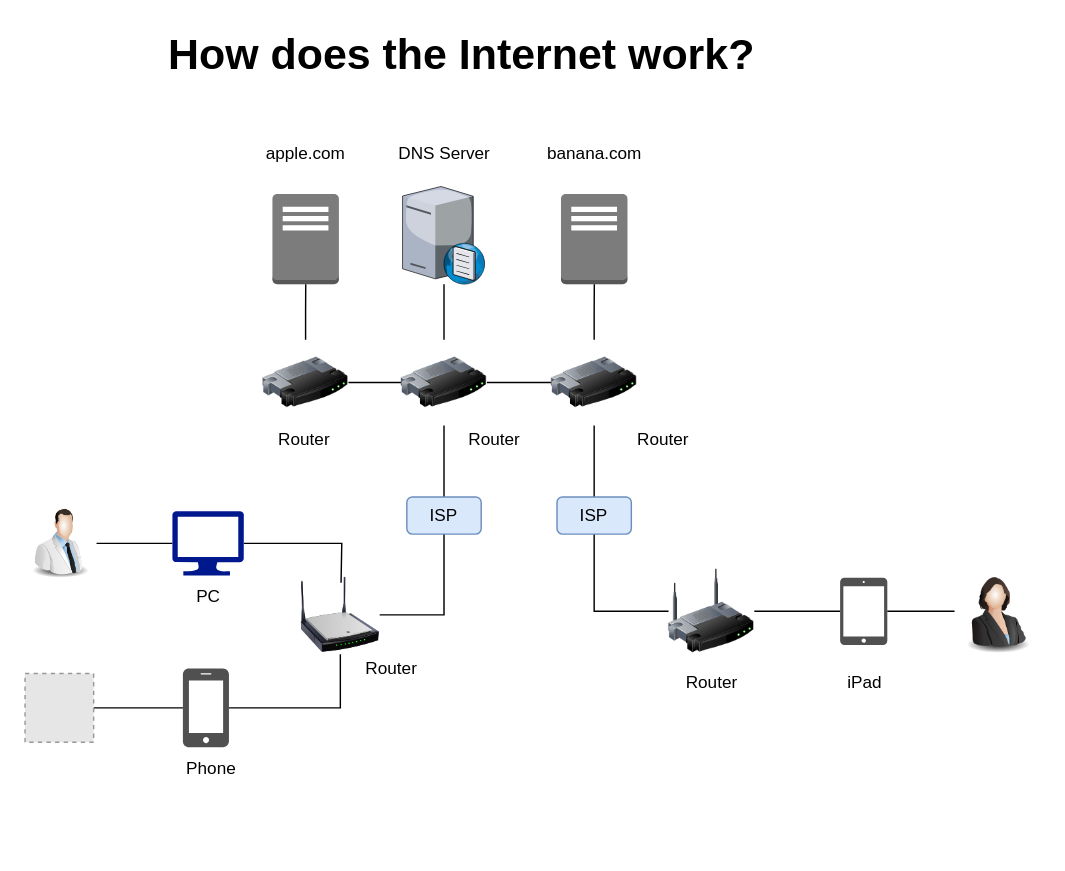
jeesewu/Diagrams-Storage keeps this draw.io diagram as How does the Internet work.drawio. Above is the earlier version. Source tidied: cells renumbered, new cells numbered last; positions are measured from the earlier drawing's top-left corner, leaving out a move shared by most shapes. Both pictures are drawn from the tidied source at 143%, with x=0, y=0 at pixel (24, 24). Pictures stored in the file or linked from it are replaced by grey dashed boxes.
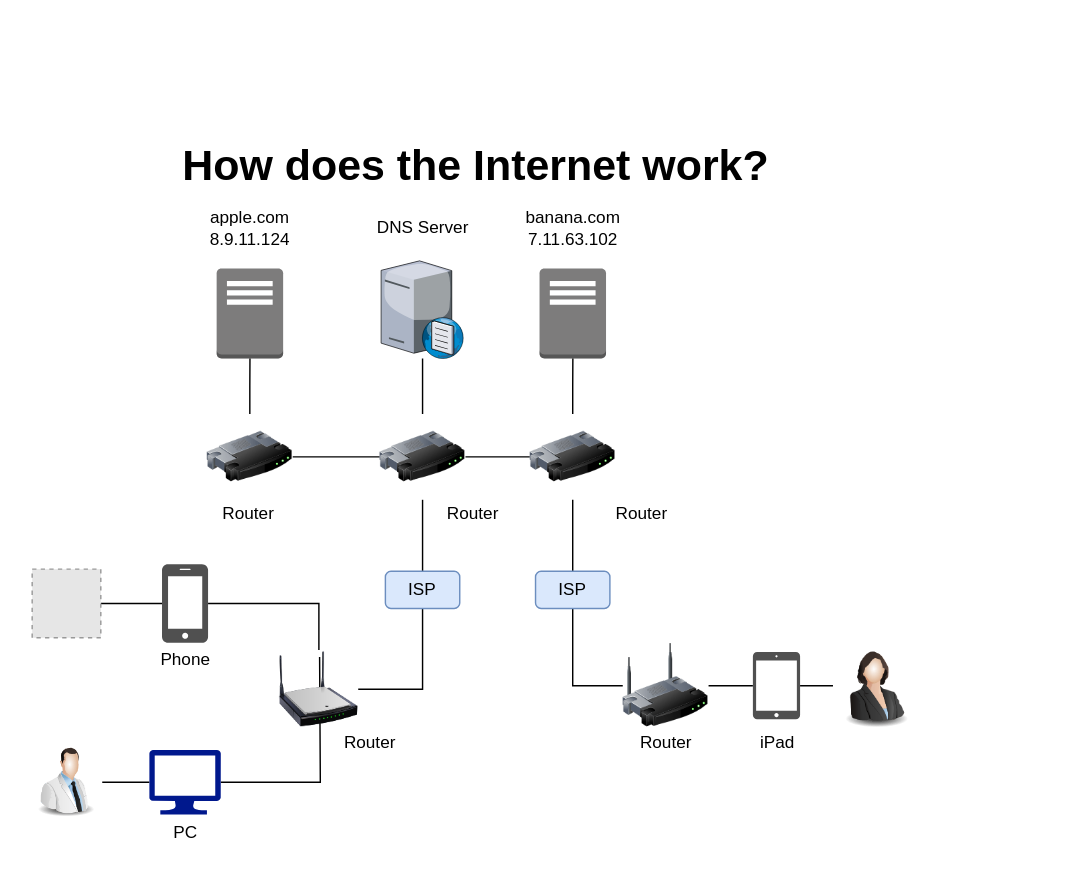
The same page after the edit.

Change to the diagram source:
```diff
@@
     <mxCell id="2" style="outlineConnect=0;dashed=0;verticalLabelPosition=bottom;verticalAlign=top;align=center;html=1;shape=mxgraph.aws3.traditional_server;fillColor=#7D7C7C;gradientColor=none;" parent="1" vertex="1">
-      <mxGeometry x="173" y="118.2" width="46.5" height="63" as="geometry" />
+      <mxGeometry x="134" y="170.2" width="46.5" height="63" as="geometry" />
     </mxCell>
-    <mxCell id="3" value="apple.com" style="text;html=1;align=center;verticalAlign=middle;strokeColor=none;" parent="1" vertex="1">
-      <mxGeometry x="161.2" y="80" width="70" height="20" as="geometry" />
+    <mxCell id="3" value="apple.com&lt;br&gt;8.9.11.124" style="text;html=1;align=center;verticalAlign=middle;strokeColor=none;" parent="1" vertex="1">
+      <mxGeometry x="122.2" y="127" width="70" height="30" as="geometry" />
     </mxCell>
     <mxCell id="4" style="verticalLabelPosition=bottom;html=1;verticalAlign=top;strokeColor=none;align=center;outlineConnect=0;shape=mxgraph.citrix.dns_server;" parent="1" vertex="1">
-      <mxGeometry x="264" y="111.2" width="57.9" height="70" as="geometry" />
+      <mxGeometry x="249" y="163.2" width="57.9" height="70" as="geometry" />
     </mxCell>
     <mxCell id="5" value="DNS Server" style="text;html=1;align=center;verticalAlign=middle;strokeColor=none;" parent="1" vertex="1">
-      <mxGeometry x="253" y="80" width="80" height="20" as="geometry" />
+      <mxGeometry x="238" y="132" width="80" height="20" as="geometry" />
     </mxCell>
     <mxCell id="6" style="edgeStyle=orthogonalEdgeStyle;rounded=0;jettySize=auto;html=1;endArrow=none;endFill=0;" parent="1" edge="1" source="7">
       <mxGeometry relative="1" as="geometry">
-        <mxPoint x="221" y="390" as="targetPoint" />
+        <mxPoint x="206" y="442" as="targetPoint" />
       </mxGeometry>
     </mxCell>
     <mxCell id="7" style="shadow=0;dashed=0;html=1;strokeColor=none;labelPosition=center;verticalLabelPosition=bottom;verticalAlign=top;align=center;fillColor=#00188D;shape=mxgraph.azure.computer;" parent="1" vertex="1">
-      <mxGeometry x="103" y="340" width="50" height="45" as="geometry" />
+      <mxGeometry x="86.9" y="507" width="50" height="45" as="geometry" />
     </mxCell>
@@
     <mxCell id="9" style="shadow=0;dashed=0;html=1;strokeColor=none;fillColor=#505050;labelPosition=center;verticalLabelPosition=bottom;verticalAlign=top;outlineConnect=0;align=center;shape=mxgraph.office.devices.cell_phone_iphone_proportional;" parent="1" vertex="1">
-      <mxGeometry x="110.4" y="450" width="32.2" height="55" as="geometry" />
+      <mxGeometry x="95.8" y="377" width="32.2" height="55" as="geometry" />
     </mxCell>
@@
     <mxCell id="11" style="image;html=1;image=img/lib/clip_art/networking/Wireless_Router_N_128x128.png;" parent="1" vertex="1">
-      <mxGeometry x="193" y="385" width="55" height="55" as="geometry" />
+      <mxGeometry x="178" y="437" width="55" height="55" as="geometry" />
     </mxCell>
@@
     <mxCell id="13" style="shadow=0;dashed=0;html=1;strokeColor=none;fillColor=#505050;labelPosition=center;verticalLabelPosition=bottom;verticalAlign=top;outlineConnect=0;align=center;shape=mxgraph.office.devices.ipad_mini;" parent="1" vertex="1">
-      <mxGeometry x="570" y="386.5" width="33" height="47" as="geometry" />
+      <mxGeometry x="509" y="438.5" width="33" height="47" as="geometry" />
     </mxCell>
@@
     <mxCell id="15" style="image;html=1;image=img/lib/clip_art/networking/Wireless_Router_128x128.png;" parent="1" vertex="1">
-      <mxGeometry x="450" y="380" width="60" height="60" as="geometry" />
+      <mxGeometry x="418" y="432" width="60" height="60" as="geometry" />
     </mxCell>
     <mxCell id="16" value="Router" style="text;html=1;align=center;verticalAlign=middle;strokeColor=none;" parent="1" vertex="1">
-      <mxGeometry x="231.2" y="440" width="50" height="20" as="geometry" />
+      <mxGeometry x="216.2" y="492" width="50" height="20" as="geometry" />
     </mxCell>
     <mxCell id="17" value="Router" style="text;html=1;align=center;verticalAlign=middle;strokeColor=none;" parent="1" vertex="1">
-      <mxGeometry x="455" y="450" width="50" height="20" as="geometry" />
+      <mxGeometry x="423" y="492" width="50" height="20" as="geometry" />
     </mxCell>
@@
     <mxCell id="19" style="image;html=1;image=img/lib/clip_art/networking/Router_128x128.png;" parent="1" vertex="1">
-      <mxGeometry x="166.2" y="220" width="60" height="60" as="geometry" />
+      <mxGeometry x="127.2" y="272" width="60" height="60" as="geometry" />
     </mxCell>
@@
     <mxCell id="22" style="image;html=1;image=img/lib/clip_art/networking/Router_128x128.png;" parent="1" vertex="1">
-      <mxGeometry x="263" y="220" width="60" height="60" as="geometry" />
+      <mxGeometry x="248" y="272" width="60" height="60" as="geometry" />
     </mxCell>
     <mxCell id="23" value="Router" style="text;html=1;align=center;verticalAlign=middle;strokeColor=none;" parent="1" vertex="1">
-      <mxGeometry x="169.5" y="280" width="50" height="20" as="geometry" />
+      <mxGeometry x="130.5" y="332" width="50" height="20" as="geometry" />
     </mxCell>
     <mxCell id="24" value="Router" style="text;html=1;align=center;verticalAlign=middle;strokeColor=none;" parent="1" vertex="1">
-      <mxGeometry x="303" y="280" width="50" height="20" as="geometry" />
+      <mxGeometry x="288" y="332" width="50" height="20" as="geometry" />
     </mxCell>
     <mxCell id="25" style="outlineConnect=0;dashed=0;verticalLabelPosition=bottom;verticalAlign=top;align=center;html=1;shape=mxgraph.aws3.traditional_server;fillColor=#7D7C7C;gradientColor=none;" parent="1" vertex="1">
-      <mxGeometry x="374.8" y="118.2" width="46.5" height="63" as="geometry" />
+      <mxGeometry x="359.8" y="170.2" width="46.5" height="63" as="geometry" />
     </mxCell>
-    <mxCell id="26" value="banana.com" style="text;html=1;align=center;verticalAlign=middle;strokeColor=none;" parent="1" vertex="1">
-      <mxGeometry x="358" y="80" width="80" height="20" as="geometry" />
+    <mxCell id="26" value="banana.com&lt;br&gt;7.11.63.102" style="text;html=1;align=center;verticalAlign=middle;strokeColor=none;" parent="1" vertex="1">
+      <mxGeometry x="343" y="127" width="80" height="30" as="geometry" />
     </mxCell>
@@
     <mxCell id="29" style="image;html=1;image=img/lib/clip_art/networking/Router_128x128.png;" parent="1" vertex="1">
-      <mxGeometry x="368" y="220" width="60" height="60" as="geometry" />
+      <mxGeometry x="353" y="272" width="60" height="60" as="geometry" />
     </mxCell>
     <mxCell id="30" value="Router" style="text;html=1;align=center;verticalAlign=middle;strokeColor=none;" parent="1" vertex="1">
-      <mxGeometry x="421.2" y="280" width="50" height="20" as="geometry" />
+      <mxGeometry x="406.2" y="332" width="50" height="20" as="geometry" />
     </mxCell>
     <mxCell id="31" value="PC" style="text;html=1;align=center;verticalAlign=middle;strokeColor=none;" parent="1" vertex="1">
-      <mxGeometry x="113" y="390" width="30" height="20" as="geometry" />
+      <mxGeometry x="96.9" y="555" width="30" height="20" as="geometry" />
     </mxCell>
     <mxCell id="32" value="Phone" style="text;html=1;align=center;verticalAlign=middle;strokeColor=none;" parent="1" vertex="1">
-      <mxGeometry x="105" y="510" width="50" height="20" as="geometry" />
+      <mxGeometry x="86.9" y="434" width="50" height="20" as="geometry" />
     </mxCell>
     <mxCell id="33" value="iPad" style="text;html=1;align=center;verticalAlign=middle;strokeColor=none;" parent="1" vertex="1">
-      <mxGeometry x="566.5" y="450" width="40" height="20" as="geometry" />
+      <mxGeometry x="505.5" y="492" width="40" height="20" as="geometry" />
     </mxCell>
@@
     <mxCell id="35" value="ISP" style="rounded=1;whiteSpace=wrap;html=1;fillColor=#dae8fc;strokeColor=#6c8ebf;" parent="1" vertex="1">
-      <mxGeometry x="267" y="330" width="52" height="26" as="geometry" />
+      <mxGeometry x="252" y="382" width="52" height="26" as="geometry" />
     </mxCell>
@@
     <mxCell id="37" value="ISP" style="rounded=1;whiteSpace=wrap;html=1;fillColor=#dae8fc;strokeColor=#6c8ebf;" parent="1" vertex="1">
-      <mxGeometry x="372" y="330" width="52" height="26" as="geometry" />
+      <mxGeometry x="357" y="382" width="52" height="26" as="geometry" />
     </mxCell>
     <mxCell id="38" value="&lt;span style=&quot;font-size: 30px;&quot;&gt;How does the Internet work?&lt;/span&gt;" style="text;html=1;align=center;verticalAlign=middle;strokeColor=none;fontStyle=1;fontSize=30;" parent="1" vertex="1">
-      <mxGeometry x="90" width="430" height="40" as="geometry" />
+      <mxGeometry x="100" y="78" width="430" height="40" as="geometry" />
     </mxCell>
@@
     <mxCell id="40" style="fillColor=#E6E6E6;strokeColor=#999999;dashed=1;html=1;verticalAlign=top;verticalLabelPosition=bottom;labelBackgroundColor=#ffffff;fontSize=30;" parent="1" vertex="1">
-      <mxGeometry y="453.5" width="48" height="48" as="geometry" />
+      <mxGeometry x="5" y="380.5" width="48" height="48" as="geometry" />
     </mxCell>
@@
     <mxCell id="42" style="image;html=1;image=img/lib/clip_art/people/Scientist_Man_128x128.png;fontSize=30;" parent="1" vertex="1">
-      <mxGeometry y="337.5" width="50" height="50" as="geometry" />
+      <mxGeometry x="4" y="504.5" width="50" height="50" as="geometry" />
     </mxCell>
@@
     <mxCell id="44" style="image;html=1;image=img/lib/clip_art/people/Suit_Woman_128x128.png;fontSize=30;" parent="1" vertex="1">
-      <mxGeometry x="650" y="380" width="60" height="60" as="geometry" />
+      <mxGeometry x="565" y="432" width="60" height="60" as="geometry" />
     </mxCell>
```
